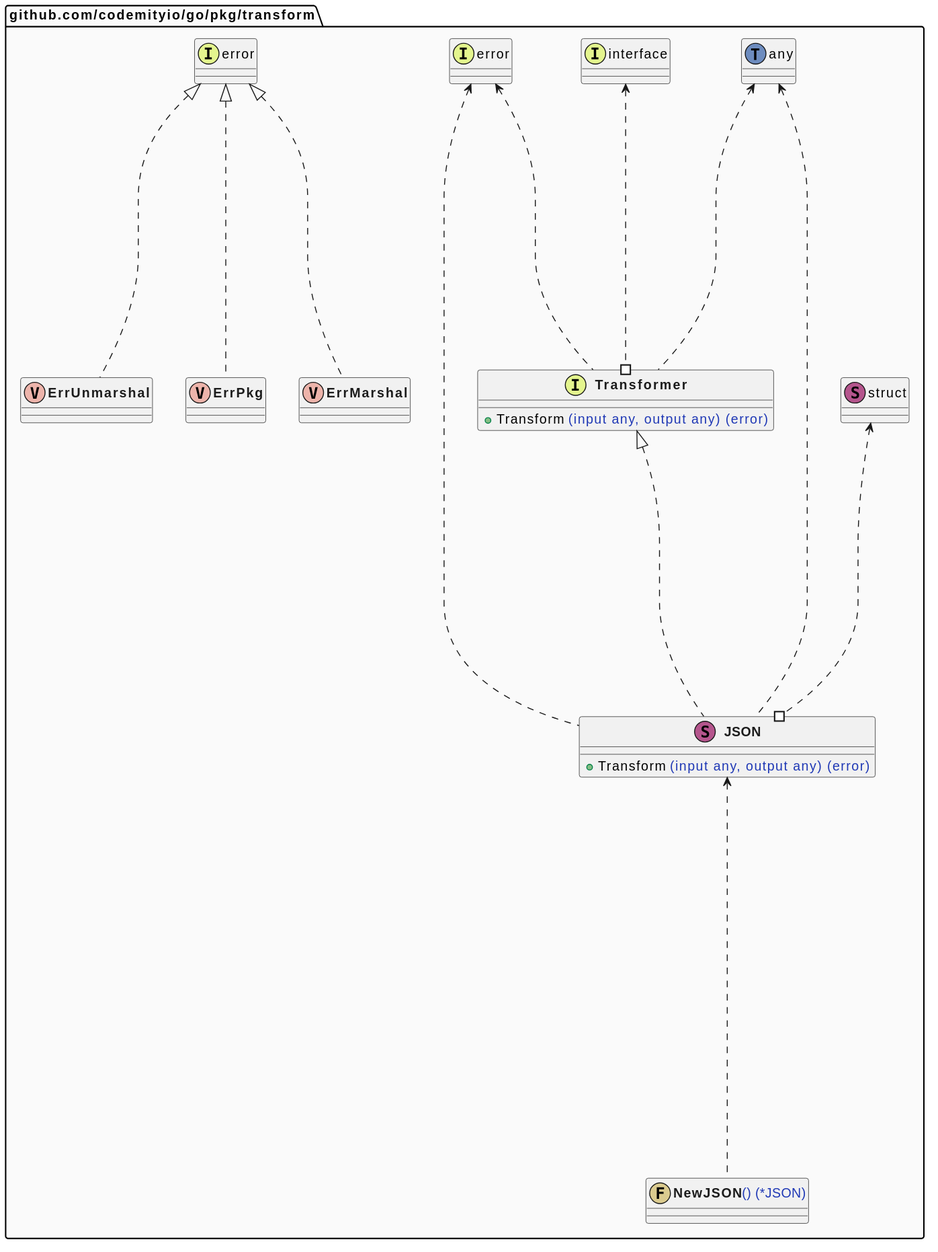
Earlier version of the PlantUML export pkg/transform/graph.svg (codemityio/go).
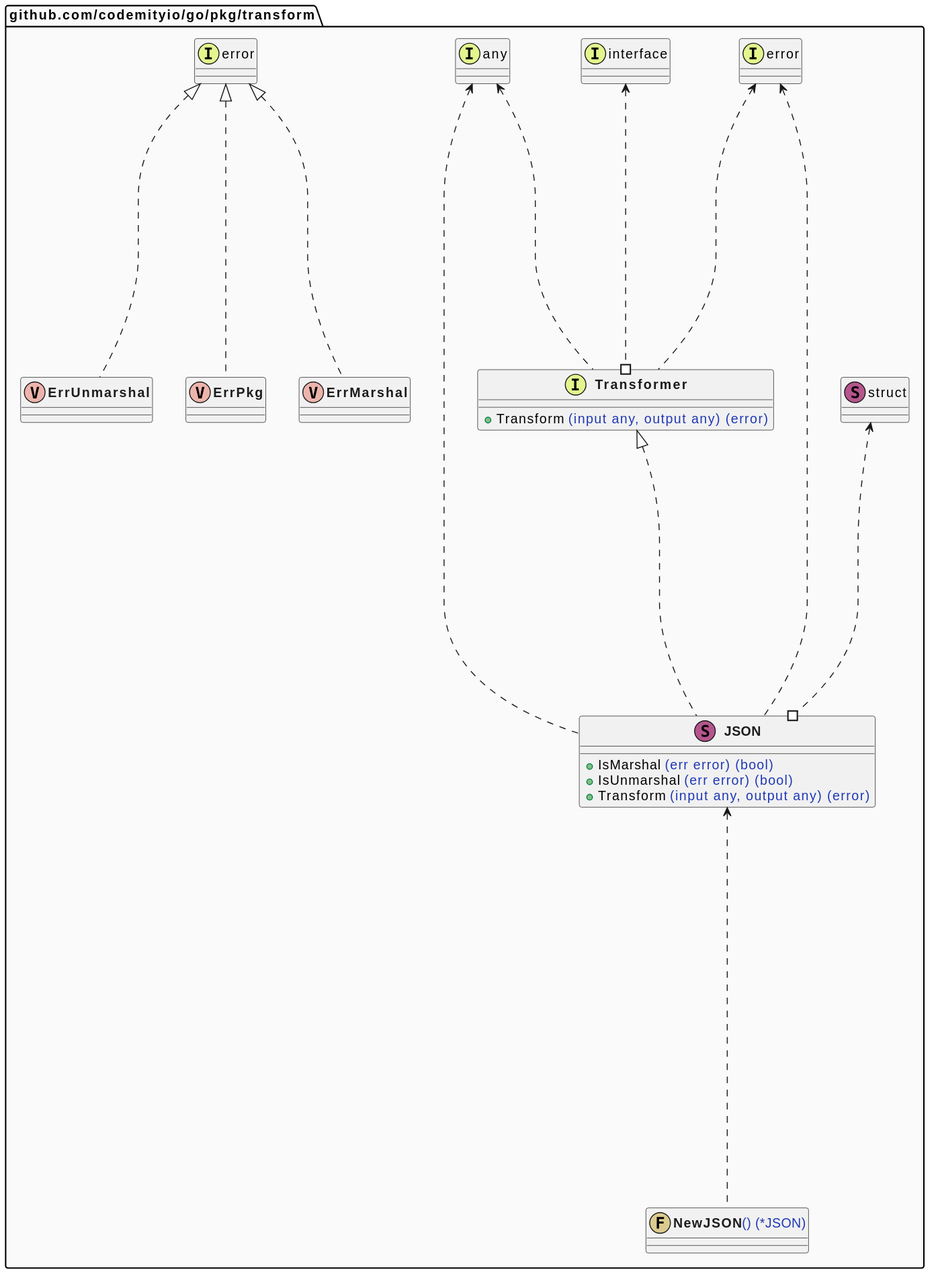
Later version of the same file.

What changed in the source:
```diff
@@ -10,6 +10,8 @@
         + Transform <font color=#1f38b5>(input any, output any) (error)</font>
     }
     class "<b><font color=#1c1c1c>JSON</font></b>" as github_com_codemityio_go_pkg_transform_JSON << (S, #b5558d) >> {
+        + IsMarshal <font color=#1f38b5>(err error) (bool)</font>
+        + IsUnmarshal <font color=#1f38b5>(err error) (bool)</font>
         + Transform <font color=#1f38b5>(input any, output any) (error)</font>
     }
     class "<b><font color=#1c1c1c>ErrPkg</font></b>" as github_com_codemityio_go_pkg_transform_ErrPkg << (V, #edb4ab) >> {}
@@ -19,10 +21,12 @@
 }
 package "github.com/codemityio/go/pkg/transform" as github_com_codemityio_go_pkg_transform {
     class "interface" as _interface << (I, #e4f58e) >> {}
-    class "any" as _any << (T, #6d8cbf) >> {}
+    class "any" as _any << (I, #e4f58e) >> {}
     class "error" as _error << (I, #e4f58e) >> {}
     class "struct" as _struct << (S, #b5558d) >> {}
-    class "any" as _any << (T, #6d8cbf) >> {}
+    class "error" as _error << (I, #e4f58e) >> {}
+    class "error" as _error << (I, #e4f58e) >> {}
+    class "any" as _any << (I, #e4f58e) >> {}
     class "error" as _error << (I, #e4f58e) >> {}
     class "error" as error << (I, #e4f58e) >> {}
     class "error" as error << (I, #e4f58e) >> {}
@@ -34,8 +38,8 @@
     github_com_codemityio_go_pkg_transform_Transformer ...up...> _error
     github_com_codemityio_go_pkg_transform_JSON #...up...> _struct
     github_com_codemityio_go_pkg_transform_JSON ...up...|> github_com_codemityio_go_pkg_transform_Transformer
+    github_com_codemityio_go_pkg_transform_JSON ...up...> _error
     github_com_codemityio_go_pkg_transform_JSON ...up...> _any
-    github_com_codemityio_go_pkg_transform_JSON ...up...> _error
     github_com_codemityio_go_pkg_transform_ErrPkg ...up...|> error
     github_com_codemityio_go_pkg_transform_ErrMarshal ...up...|> error
     github_com_codemityio_go_pkg_transform_ErrUnmarshal ...up...|> error
```
